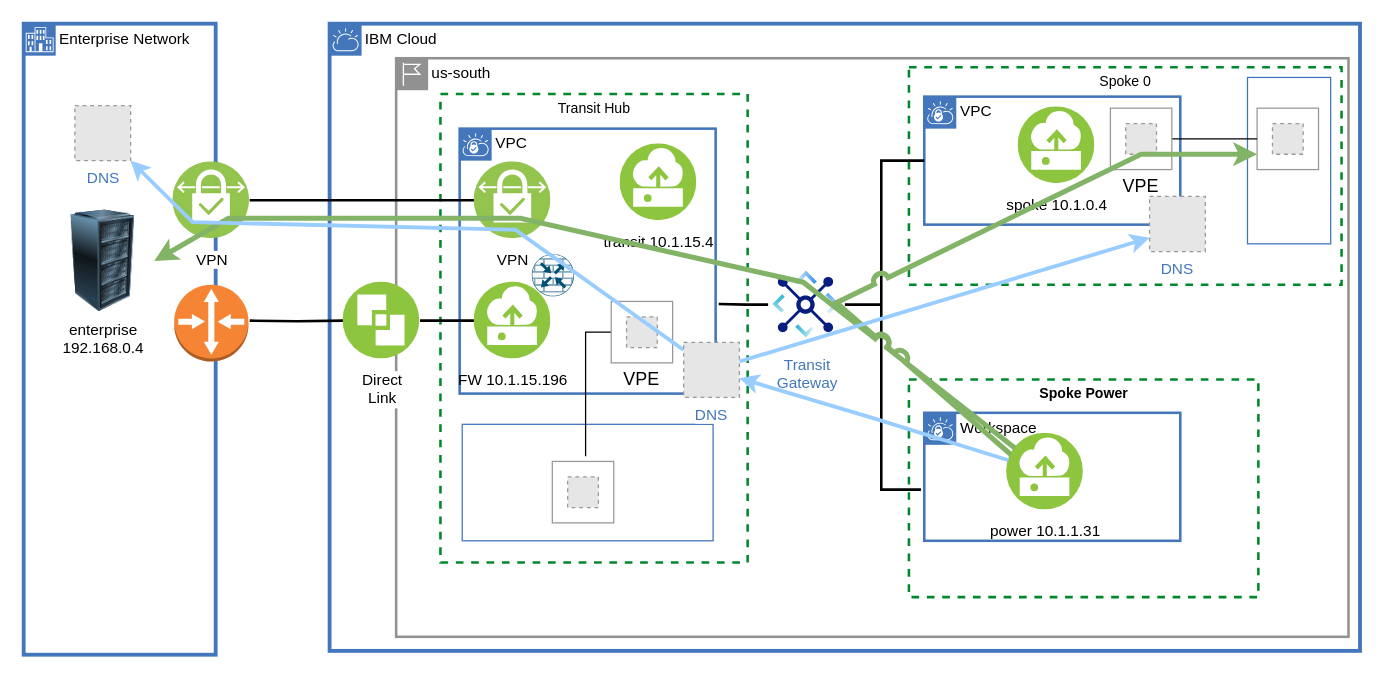
The draw.io diagram page "overview-2power" (6 of 22) of images/vpc-transit.drawio in IBM-Cloud/vpc-transit, before the edit. Source tidied: cells renumbered, new cells numbered last; positions are measured from the earlier drawing's top-left corner, leaving out a move shared by most shapes. Both pictures are drawn from the tidied source at 128%, with x=0, y=0 at pixel (23, 23). Pictures stored in the file or linked from it are replaced by grey dashed boxes.
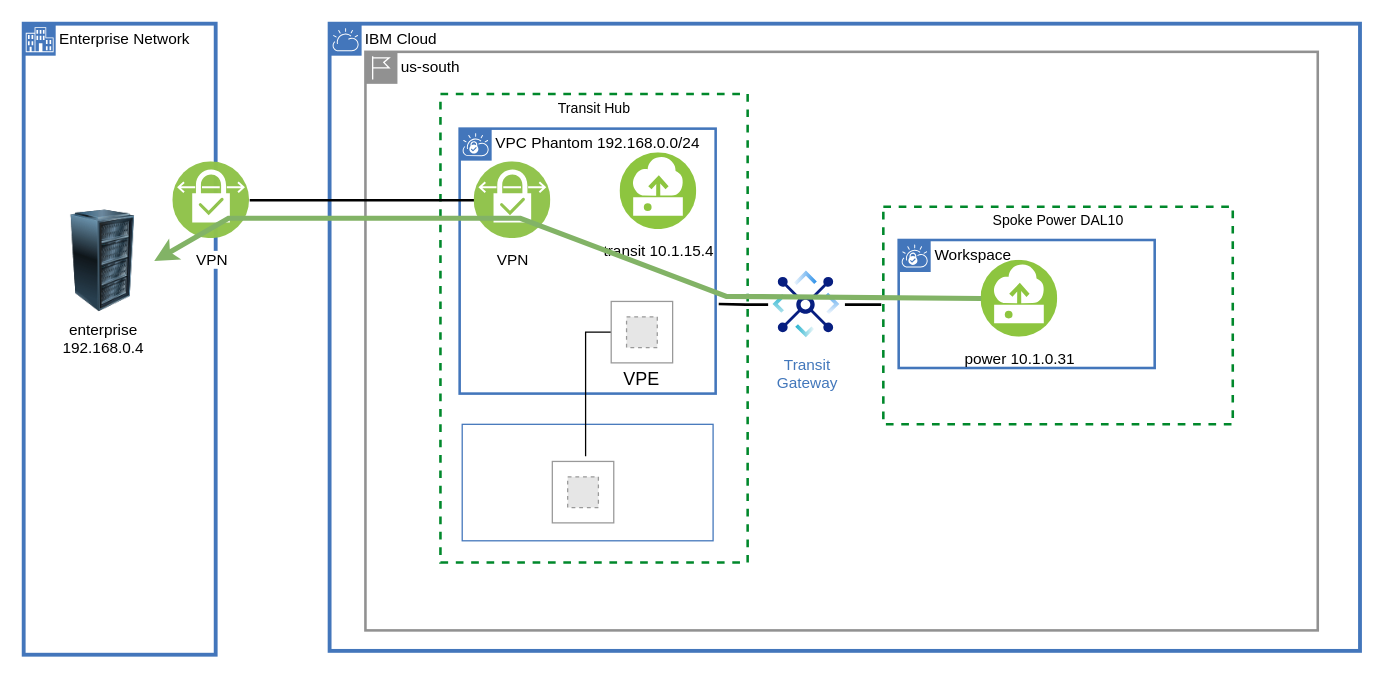
Above is the later version.

The change refers to these unchanged cells:
```xml
<mxCell id="25" value="enterprise&lt;br&gt;192.168.0.4" style="image;html=1;image=img/lib/clip_art/computers/Server_Rack_128x128.png;noLabel=0;labelBackgroundColor=none;" parent="1" vertex="1">
  <mxGeometry x="22" y="145.5" width="80" height="80" as="geometry" />
</mxCell>
```

The edit, as a diff of the source:
```diff
@@
     <mxCell id="3" value="&lt;span style=&quot;font-weight: normal;&quot;&gt;us-south&lt;/span&gt;" style="shape=mxgraph.ibm.box;prType=region;fontStyle=1;verticalAlign=top;align=left;spacingLeft=32;spacingTop=4;fillColor=none;rounded=0;whiteSpace=wrap;html=1;strokeColor=#919191;strokeWidth=2;spacing=-4;" parent="1" vertex="1">
-      <mxGeometry x="291" y="27" width="744" height="452" as="geometry" />
+      <mxGeometry x="267" y="22" width="744" height="452" as="geometry" />
     </mxCell>
@@
-    <mxCell id="6" value="Spoke 0" style="fontStyle=0;verticalAlign=top;align=center;spacingTop=-2;fillColor=none;rounded=0;whiteSpace=wrap;html=1;strokeColor=#00882B;strokeWidth=2;dashed=1;shadow=0;labelBackgroundColor=none;fontFamily=Helvetica;fontSize=11;fontColor=default;" parent="1" vertex="1">
-      <mxGeometry x="691.6" y="34" width="338" height="170" as="geometry" />
-    </mxCell>
-    <mxCell id="7" value="&lt;b&gt;Spoke Power&lt;/b&gt;" style="fontStyle=0;verticalAlign=top;align=center;spacingTop=-2;fillColor=none;rounded=0;whiteSpace=wrap;html=1;strokeColor=#00882B;strokeWidth=2;dashed=1;shadow=0;labelBackgroundColor=none;fontFamily=Helvetica;fontSize=11;fontColor=default;" parent="1" vertex="1">
-      <mxGeometry x="691.6" y="278" width="273" height="170" as="geometry" />
+    <mxCell id="7" value="Spoke Power DAL10" style="fontStyle=0;verticalAlign=top;align=center;spacingTop=-2;fillColor=none;rounded=0;whiteSpace=wrap;html=1;strokeColor=#00882B;strokeWidth=2;dashed=1;shadow=0;labelBackgroundColor=none;fontFamily=Helvetica;fontSize=11;fontColor=default;" parent="1" vertex="1">
+      <mxGeometry x="671.6" y="143" width="273" height="170" as="geometry" />
     </mxCell>
-    <mxCell id="8" style="fontStyle=0;verticalAlign=top;align=center;spacingTop=-2;fillColor=none;rounded=0;whiteSpace=wrap;html=1;strokeColor=#4376BB;strokeWidth=1;dashed=0;flipV=1;" parent="1" vertex="1">
-      <mxGeometry x="956.1" y="42" width="65" height="130" as="geometry" />
-    </mxCell>
-    <mxCell id="9" value="&lt;span style=&quot;font-weight: normal&quot;&gt;VPC&lt;/span&gt;" style="shape=mxgraph.ibm.box;prType=vpc;fontStyle=1;verticalAlign=top;align=left;spacingLeft=32;spacingTop=4;fillColor=none;rounded=0;whiteSpace=wrap;html=1;strokeColor=#4376BB;strokeWidth=2;dashed=0;spacing=-4;" parent="1" vertex="1">
-      <mxGeometry x="703.6" y="57" width="200" height="100" as="geometry" />
-    </mxCell>
@@
-    <mxCell id="11" value="VPC" style="shape=mxgraph.ibm.box;prType=vpc;fontStyle=0;verticalAlign=top;align=left;spacingLeft=32;spacingTop=4;fillColor=none;rounded=0;whiteSpace=wrap;html=1;strokeColor=#4376BB;strokeWidth=2;dashed=0;spacing=-4;" parent="1" vertex="1">
+    <mxCell id="11" value="VPC Phantom 192.168.0.0/24" style="shape=mxgraph.ibm.box;prType=vpc;fontStyle=0;verticalAlign=top;align=left;spacingLeft=32;spacingTop=4;fillColor=none;rounded=0;whiteSpace=wrap;html=1;strokeColor=#4376BB;strokeWidth=2;dashed=0;spacing=-4;" parent="1" vertex="1">
       <mxGeometry x="340.6" y="82" width="200" height="207" as="geometry" />
     </mxCell>
@@
     <mxCell id="15" value="&lt;span style=&quot;font-weight: normal&quot;&gt;Workspace&lt;/span&gt;" style="shape=mxgraph.ibm.box;prType=vpc;fontStyle=1;verticalAlign=top;align=left;spacingLeft=32;spacingTop=4;fillColor=none;rounded=0;whiteSpace=wrap;html=1;strokeColor=#4376BB;strokeWidth=2;dashed=0;spacing=-4;" parent="1" vertex="1">
-      <mxGeometry x="703.6" y="304" width="200" height="100" as="geometry" />
+      <mxGeometry x="683.6" y="169" width="200" height="100" as="geometry" />
     </mxCell>
-    <mxCell id="16" style="group;fontFamily=IBM Plex Sans;verticalAlign=top;labelPosition=center;verticalLabelPosition=bottom;align=center;spacingLeft=0;spacingRight=0;spacingBottom=4;whiteSpace=wrap;html=1;fontStyle=0;fontSize=14;strokeOpacity=0;strokeColor=none;strokeWidth=0;spacing=0;" parent="1" vertex="1">
-      <mxGeometry x="963.6" y="66" width="48" height="48" as="geometry" />
-    </mxCell>
-    <mxCell id="17" style="moveable=0;rounded=0;whiteSpace=wrap;html=1;spacingLeft=0;verticalAlign=top;fontFamily=IBM Plex Sans;fontSize=14;align=center;spacingBottom=0;spacingRight=0;labelPosition=center;verticalLabelPosition=bottom;spacing=0;strokeColor=#999999;" parent="16" vertex="1">
-      <mxGeometry width="48" height="48" as="geometry" />
-    </mxCell>
-    <mxCell id="18" style="fillColor=#E6E6E6;strokeColor=#999999;dashed=1;verticalLabelPosition=bottom;labelBackgroundColor=default;verticalAlign=top;" parent="16" vertex="1">
-      <mxGeometry x="12" y="12" width="24" height="24" as="geometry" />
-    </mxCell>
@@
-    <mxCell id="21" style="edgeStyle=orthogonalEdgeStyle;shape=connector;rounded=0;jettySize=auto;html=1;entryX=-0.013;entryY=0.6;entryDx=0;entryDy=0;entryPerimeter=0;labelBackgroundColor=default;strokeColor=default;strokeWidth=2;align=center;verticalAlign=middle;fontFamily=Helvetica;fontSize=11;fontColor=default;endArrow=none;endFill=0;" parent="1" edge="1" source="9" target="15">
-      <mxGeometry relative="1" as="geometry">
-        <Array as="points">
-          <mxPoint x="670" y="107" />
-          <mxPoint x="670" y="364" />
-        </Array>
-      </mxGeometry>
-    </mxCell>
     <mxCell id="22" value="transit 10.1.15.4" style="perimeter=ellipsePerimeter;html=1;align=center;shadow=0;dashed=0;fontColor=black;fontSize=12;spacingTop=3;image;image=img/lib/ibm/vpc/Instance.svg;labelBackgroundColor=none;" parent="1" vertex="1">
-      <mxGeometry x="466" y="94" width="60" height="60" as="geometry" />
+      <mxGeometry x="466" y="101" width="60" height="60" as="geometry" />
     </mxCell>
-    <mxCell id="23" value="spoke 10.1.0.4" style="perimeter=ellipsePerimeter;html=1;align=center;shadow=0;dashed=0;fontColor=black;fontSize=12;spacingTop=3;image;image=img/lib/ibm/vpc/Instance.svg;overflow=visible;noLabel=0;labelBackgroundColor=none;" parent="1" vertex="1">
-      <mxGeometry x="777" y="65" width="60" height="60" as="geometry" />
-    </mxCell>
-    <mxCell id="24" value="power&amp;nbsp;10.1.1.31" style="perimeter=ellipsePerimeter;html=1;align=center;shadow=0;dashed=0;fontColor=black;fontSize=12;spacingTop=3;image;image=img/lib/ibm/vpc/Instance.svg;overflow=visible;noLabel=0;labelBackgroundColor=none;" parent="1" vertex="1">
-      <mxGeometry x="768" y="320" width="60" height="60" as="geometry" />
+    <mxCell id="24" value="power&amp;nbsp;10.1.0.31" style="perimeter=ellipsePerimeter;html=1;align=center;shadow=0;dashed=0;fontColor=black;fontSize=12;spacingTop=3;image;image=img/lib/ibm/vpc/Instance.svg;overflow=visible;noLabel=0;labelBackgroundColor=none;" parent="1" vertex="1">
+      <mxGeometry x="748" y="185" width="60" height="60" as="geometry" />
     </mxCell>
@@
-    <mxCell id="30" style="edgeStyle=orthogonalEdgeStyle;shape=connector;rounded=0;jettySize=auto;html=1;entryX=0;entryY=0.5;entryDx=0;entryDy=0;labelBackgroundColor=default;strokeColor=default;strokeWidth=1;align=center;verticalAlign=middle;fontFamily=Helvetica;fontSize=11;fontColor=default;endArrow=none;endFill=0;" parent="1" edge="1" source="31" target="16">
-      <mxGeometry relative="1" as="geometry" />
-    </mxCell>
-    <mxCell id="31" value="VPE" style="group;fontFamily=IBM Plex Sans;verticalAlign=top;labelPosition=center;verticalLabelPosition=bottom;align=center;spacingLeft=0;spacingRight=0;spacingBottom=4;whiteSpace=wrap;html=1;fontStyle=0;fontSize=14;strokeOpacity=0;strokeColor=none;strokeWidth=0;spacing=0;fontColor=default;" parent="1" vertex="1">
-      <mxGeometry x="849" y="66" width="48" height="48" as="geometry" />
-    </mxCell>
-    <mxCell id="32" style="moveable=0;rounded=0;whiteSpace=wrap;html=1;spacingLeft=0;verticalAlign=top;fontFamily=IBM Plex Sans;fontSize=14;align=center;spacingBottom=0;spacingRight=0;labelPosition=center;verticalLabelPosition=bottom;spacing=0;strokeColor=#999999;fontColor=default;" parent="31" vertex="1">
-      <mxGeometry width="48" height="48" as="geometry" />
-    </mxCell>
-    <mxCell id="33" style="fillColor=#E6E6E6;strokeColor=#999999;dashed=1;verticalLabelPosition=bottom;labelBackgroundColor=default;verticalAlign=top;fontFamily=Helvetica;fontSize=11;fontColor=default;" parent="31" vertex="1">
-      <mxGeometry x="12" y="12" width="24" height="24" as="geometry" />
-    </mxCell>
@@
-    <mxCell id="38" parent="0" />
-    <mxCell id="39" style="dashed=0;verticalLabelPosition=bottom;verticalAlign=top;align=center;html=1;shape=mxgraph.aws3.router;fillColor=#F58534;gradientColor=none;fontFamily=Helvetica;fontSize=11;fontColor=default;" parent="38" vertex="1">
-      <mxGeometry x="117.6" y="204" width="58" height="60" as="geometry" />
-    </mxCell>
-    <mxCell id="40" style="edgeStyle=orthogonalEdgeStyle;shape=connector;rounded=0;jettySize=auto;html=1;entryX=0;entryY=0.5;entryDx=0;entryDy=0;labelBackgroundColor=default;strokeColor=default;strokeWidth=2;align=center;verticalAlign=middle;fontFamily=Helvetica;fontSize=11;fontColor=default;endArrow=none;endFill=0;" parent="38" edge="1" target="41">
-      <mxGeometry relative="1" as="geometry">
-        <mxPoint x="176.6" y="232" as="sourcePoint" />
-      </mxGeometry>
-    </mxCell>
-    <mxCell id="41" value="Direct&lt;br&gt;Link" style="image;perimeter=ellipsePerimeter;html=1;align=center;shadow=0;dashed=0;fontColor=#000000;labelBackgroundColor=default;fontSize=12;spacingTop=3;image=img/lib/ibm/vpc/DirectLink.svg;" parent="38" vertex="1">
-      <mxGeometry x="249.6" y="202" width="60" height="60" as="geometry" />
-    </mxCell>
-    <mxCell id="42" style="edgeStyle=orthogonalEdgeStyle;shape=connector;rounded=0;jettySize=auto;html=1;entryX=0;entryY=0.5;entryDx=0;entryDy=0;labelBackgroundColor=default;strokeColor=default;strokeWidth=2;align=center;verticalAlign=middle;fontFamily=Helvetica;fontSize=11;fontColor=default;endArrow=none;endFill=0;" parent="38" edge="1" source="41" target="43">
-      <mxGeometry relative="1" as="geometry" />
-    </mxCell>
-    <mxCell id="43" value="FW 10.1.15.196" style="perimeter=ellipsePerimeter;html=1;align=center;shadow=0;dashed=0;fontColor=black;fontSize=12;spacingTop=3;image;image=img/lib/ibm/vpc/Instance.svg;overflow=visible;noLabel=0;labelBackgroundColor=none;" parent="38" vertex="1">
-      <mxGeometry x="352" y="202" width="60" height="60" as="geometry" />
-    </mxCell>
-    <mxCell id="44" style="sketch=0;verticalLabelPosition=bottom;html=1;verticalAlign=top;align=center;shape=mxgraph.cisco19.rect;prIcon=router_with_firewall;fillColor=#FAFAFA;strokeColor=#005073;shadow=0;dashed=0;labelBackgroundColor=none;fontFamily=Helvetica;fontSize=12;fontColor=black;" parent="38" vertex="1">
-      <mxGeometry x="397" y="180" width="33" height="33" as="geometry" />
-    </mxCell>
@@
     <mxCell id="46" style="endArrow=none;startArrow=classic;html=1;rounded=0;shadow=0;sketch=0;strokeWidth=4;jumpStyle=arc;jumpSize=6;fillColor=#d5e8d4;strokeColor=#82b366;exitX=1;exitY=0.5;exitDx=0;exitDy=0;endFill=0;" parent="45" edge="1" source="25" target="24">
       <mxGeometry relative="1" as="geometry">
         <Array as="points">
           <mxPoint x="160" y="152" />
           <mxPoint x="388" y="152" />
-          <mxPoint x="609" y="202" />
+          <mxPoint x="549" y="213" />
         </Array>
       </mxGeometry>
     </mxCell>
-    <mxCell id="47" parent="0" />
-    <mxCell id="48" style="endArrow=none;startArrow=classic;html=1;rounded=0;shadow=0;sketch=0;strokeWidth=4;jumpStyle=arc;jumpSize=6;fillColor=#d5e8d4;strokeColor=#82b366;endFill=0;entryX=0;entryY=0.25;entryDx=0;entryDy=0;exitX=0;exitY=0.75;exitDx=0;exitDy=0;" parent="47" edge="1" source="16" target="24">
-      <mxGeometry relative="1" as="geometry">
-        <Array as="points">
-          <mxPoint x="873" y="102" />
-          <mxPoint x="635" y="218" />
-        </Array>
-      </mxGeometry>
-    </mxCell>
-    <mxCell id="49" parent="0" />
-    <mxCell id="50" style="edgeStyle=none;shape=connector;rounded=0;jettySize=auto;html=1;labelBackgroundColor=default;strokeColor=#99CCFF;strokeWidth=3;align=center;verticalAlign=middle;fontFamily=Helvetica;fontSize=11;fontColor=default;endArrow=classic;endFill=1;elbow=vertical;" parent="49" edge="1" source="24" target="54">
-      <mxGeometry relative="1" as="geometry">
-        <Array as="points">
-          <mxPoint x="663" y="308" />
-        </Array>
-      </mxGeometry>
-    </mxCell>
-    <mxCell id="51" style="edgeStyle=none;shape=connector;rounded=0;jettySize=auto;html=1;entryX=0;entryY=0.75;entryDx=0;entryDy=0;labelBackgroundColor=default;strokeColor=#99CCFF;strokeWidth=3;align=center;verticalAlign=middle;fontFamily=Helvetica;fontSize=11;fontColor=default;endArrow=classic;endFill=1;elbow=vertical;" parent="49" edge="1" source="54" target="55">
-      <mxGeometry relative="1" as="geometry" />
-    </mxCell>
-    <mxCell id="52" style="edgeStyle=none;shape=connector;rounded=0;jettySize=auto;html=1;labelBackgroundColor=default;strokeColor=#99CCFF;strokeWidth=3;align=center;verticalAlign=middle;fontFamily=Helvetica;fontSize=11;fontColor=default;endArrow=classic;endFill=1;elbow=vertical;" parent="49" edge="1" source="54" target="53">
-      <mxGeometry relative="1" as="geometry">
-        <Array as="points">
-          <mxPoint x="384" y="161" />
-          <mxPoint x="132" y="155" />
-        </Array>
-      </mxGeometry>
-    </mxCell>
-    <mxCell id="53" value="&lt;span style=&quot;color: rgb(66 , 119 , 187) ; font-family: &amp;quot;helvetica&amp;quot; ; font-size: 12px ; font-style: normal ; font-weight: 400 ; letter-spacing: normal ; text-align: center ; text-indent: 0px ; text-transform: none ; word-spacing: 0px ; background-color: rgb(255 , 255 , 255) ; display: inline ; float: none&quot;&gt;DNS&lt;/span&gt;" style="fillColor=#E6E6E6;strokeColor=#999999;dashed=1;verticalLabelPosition=bottom;verticalAlign=top;fontSize=10;html=1;" parent="49" vertex="1">
-      <mxGeometry x="40" y="64" width="43.6" height="43" as="geometry" />
-    </mxCell>
-    <mxCell id="54" value="&lt;span style=&quot;color: rgb(66 , 119 , 187) ; font-family: &amp;quot;helvetica&amp;quot; ; font-size: 12px ; font-style: normal ; font-weight: 400 ; letter-spacing: normal ; text-align: center ; text-indent: 0px ; text-transform: none ; word-spacing: 0px ; background-color: rgb(255 , 255 , 255) ; display: inline ; float: none&quot;&gt;DNS&lt;/span&gt;" style="fillColor=#E6E6E6;strokeColor=#999999;dashed=1;verticalLabelPosition=bottom;verticalAlign=top;fontSize=10;html=1;" parent="49" vertex="1">
-      <mxGeometry x="515.6" y="249" width="43.6" height="43" as="geometry" />
-    </mxCell>
-    <mxCell id="55" value="&lt;span style=&quot;color: rgb(66 , 119 , 187) ; font-family: &amp;quot;helvetica&amp;quot; ; font-size: 12px ; font-style: normal ; font-weight: 400 ; letter-spacing: normal ; text-align: center ; text-indent: 0px ; text-transform: none ; word-spacing: 0px ; background-color: rgb(255 , 255 , 255) ; display: inline ; float: none&quot;&gt;DNS&lt;/span&gt;" style="fillColor=#E6E6E6;strokeColor=#999999;dashed=1;verticalLabelPosition=bottom;verticalAlign=top;fontSize=10;html=1;" parent="49" vertex="1">
-      <mxGeometry x="879.6" y="135" width="43.6" height="43" as="geometry" />
-    </mxCell>
```
